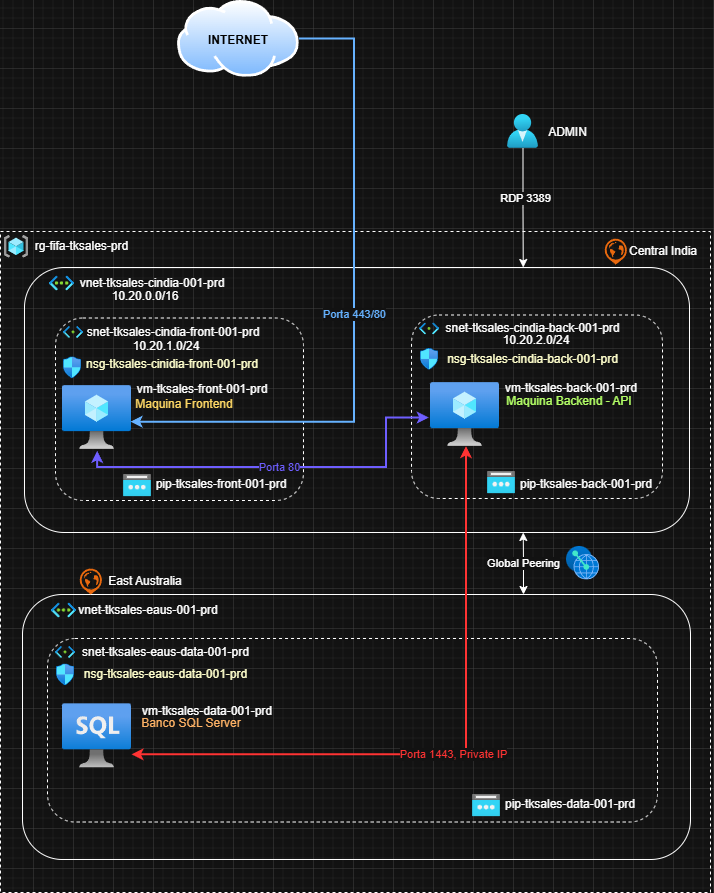
Passos-Gabriel/Copa-Azure-TFTEC-2026 keeps this draw.io diagram as Arquitetura Projeto/Arquitetura Copa do Mundo Azure TFTEC 2026.drawio.png. Above is the earlier version. Source tidied: cells renumbered, new cells last; positions are measured from the earlier drawing's top-left corner, leaving out a move shared by most shapes.
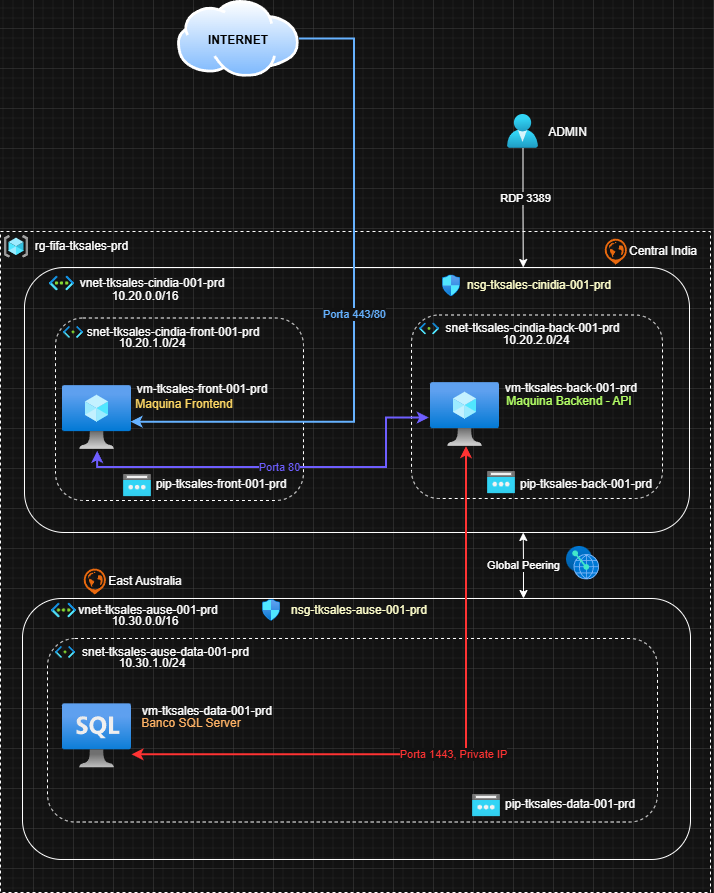
The same file after the commit.

Change to the diagram source:
```diff
@@ -53,18 +53,6 @@
     <mxCell id="18" value="&lt;font style=&quot;&quot;&gt;Maquina Backend - API&lt;/font&gt;" style="text;html=1;whiteSpace=wrap;strokeColor=none;fillColor=none;align=center;verticalAlign=middle;rounded=0;fontColor=light-dark(#000000,#B3FF66);" parent="1" vertex="1">
       <mxGeometry x="497" y="395" width="144" height="11" as="geometry" />
     </mxCell>
-    <mxCell id="19" style="image;html=1;align=center;fontSize=12;image=img/lib/azure2/networking/Network_Security_Groups.svg;" parent="1" vertex="1">
-      <mxGeometry x="63" y="356.4" width="18" height="21.9" as="geometry" />
-    </mxCell>
-    <mxCell id="20" value="nsg-tksales-cinidia-front-001-prd" style="text;html=1;whiteSpace=wrap;strokeColor=none;fillColor=none;align=center;verticalAlign=middle;rounded=0;fontColor=light-dark(#000000,#FFFFCC);" parent="1" vertex="1">
-      <mxGeometry x="82" y="358.8" width="180" height="11" as="geometry" />
-    </mxCell>
-    <mxCell id="21" value="nsg-tksales-cindia-back-001-prd" style="text;html=1;whiteSpace=wrap;strokeColor=none;fillColor=none;align=center;verticalAlign=middle;rounded=0;fontColor=light-dark(#000000,#FFFFCC);" parent="1" vertex="1">
-      <mxGeometry x="442" y="353.4" width="181" height="11" as="geometry" />
-    </mxCell>
-    <mxCell id="22" style="image;html=1;align=center;fontSize=12;image=img/lib/azure2/networking/Network_Security_Groups.svg;" parent="1" vertex="1">
-      <mxGeometry x="420" y="348" width="18" height="21.9" as="geometry" />
-    </mxCell>
     <mxCell id="23" style="image;perimeter=ellipsePerimeter;html=1;align=center;shadow=0;dashed=0;spacingTop=3;image=img/lib/active_directory/internet_cloud.svg;" parent="1" vertex="1">
       <mxGeometry x="177" width="121.9" height="76.8" as="geometry" />
     </mxCell>
@@ -107,9 +95,9 @@
       <mxGeometry relative="1" as="geometry" />
     </mxCell>
     <mxCell id="33" style="rounded=1;whiteSpace=wrap;html=1;fillColor=none;" parent="1" vertex="1">
-      <mxGeometry x="22" y="594" width="668" height="265" as="geometry" />
+      <mxGeometry x="22" y="598" width="668" height="261" as="geometry" />
     </mxCell>
-    <mxCell id="34" value="vnet-tksales-eaus-001-prd" style="text;html=1;whiteSpace=wrap;strokeColor=none;fillColor=none;align=center;verticalAlign=middle;rounded=0;" parent="1" vertex="1">
+    <mxCell id="34" value="vnet-tksales-ause-001-prd" style="text;html=1;whiteSpace=wrap;strokeColor=none;fillColor=none;align=center;verticalAlign=middle;rounded=0;" parent="1" vertex="1">
       <mxGeometry x="73" y="604.5" width="150" height="11" as="geometry" />
     </mxCell>
     <mxCell id="35" style="image;html=1;align=center;fontSize=12;image=img/lib/azure2/networking/Virtual_Networks.svg;" parent="1" vertex="1">
@@ -121,7 +109,7 @@
     <mxCell id="37" style="image;html=1;align=center;fontSize=12;image=img/lib/azure2/networking/Subnet.svg;" parent="1" vertex="1">
       <mxGeometry x="55" y="646" width="20" height="12" as="geometry" />
     </mxCell>
-    <mxCell id="38" value="snet-tksales-eaus-data-001-prd" style="text;html=1;whiteSpace=wrap;strokeColor=none;fillColor=none;align=center;verticalAlign=middle;rounded=0;" parent="1" vertex="1">
+    <mxCell id="38" value="snet-tksales-ause-data-001-prd" style="text;html=1;whiteSpace=wrap;strokeColor=none;fillColor=none;align=center;verticalAlign=middle;rounded=0;" parent="1" vertex="1">
       <mxGeometry x="78" y="646" width="175" height="11" as="geometry" />
     </mxCell>
     <mxCell id="39" value="vm-tksales-data-001-prd" style="text;html=1;whiteSpace=wrap;strokeColor=none;fillColor=none;align=center;verticalAlign=middle;rounded=0;" parent="1" vertex="1">
@@ -130,12 +118,6 @@
     <mxCell id="40" value="&lt;font style=&quot;&quot;&gt;Banco SQL Server&lt;/font&gt;" style="text;html=1;whiteSpace=wrap;strokeColor=none;fillColor=none;align=center;verticalAlign=middle;rounded=0;fontColor=light-dark(#000000,#FFB366);" parent="1" vertex="1">
       <mxGeometry x="118.9" y="718" width="144" height="11" as="geometry" />
     </mxCell>
-    <mxCell id="41" value="nsg-tksales-eaus-data-001-prd" style="text;html=1;whiteSpace=wrap;strokeColor=none;fillColor=none;align=center;verticalAlign=middle;rounded=0;fontColor=light-dark(#000000,#FFFFCC);" parent="1" vertex="1">
-      <mxGeometry x="78" y="668.9" width="175" height="11" as="geometry" />
-    </mxCell>
-    <mxCell id="42" style="image;html=1;align=center;fontSize=12;image=img/lib/azure2/networking/Network_Security_Groups.svg;" parent="1" vertex="1">
-      <mxGeometry x="56" y="663.5" width="18" height="21.9" as="geometry" />
-    </mxCell>
     <mxCell id="43" style="image;html=1;align=center;fontSize=12;image=img/lib/azure2/networking/Public_IP_Addresses.svg;" parent="1" vertex="1">
       <mxGeometry x="472" y="794" width="28" height="22.4" as="geometry" />
     </mxCell>
@@ -174,7 +156,7 @@
       <mxGeometry x="613" y="248.1" width="100" height="5.2" as="geometry" />
     </mxCell>
     <mxCell id="54" style="html=1;align=center;shadow=0;dashed=0;fillColor=#FF6A00;strokeColor=none;shape=mxgraph.alibaba_cloud.region;" parent="1" vertex="1">
-      <mxGeometry x="78" y="567.2" width="23.4" height="26.8" as="geometry" />
+      <mxGeometry x="82" y="567.2" width="23.4" height="26.8" as="geometry" />
     </mxCell>
     <mxCell id="55" value="East Australia" style="text;html=1;whiteSpace=wrap;strokeColor=none;fillColor=none;align=center;verticalAlign=middle;rounded=0;" parent="1" vertex="1">
       <mxGeometry x="95" y="578" width="100" height="5.2" as="geometry" />
@@ -183,10 +165,28 @@
       <mxGeometry x="69" y="290.5" width="152" height="11" as="geometry" />
     </mxCell>
     <mxCell id="57" value="10.20.1.0/24" style="text;html=1;whiteSpace=wrap;strokeColor=none;fillColor=none;align=center;verticalAlign=middle;rounded=0;" parent="1" vertex="1">
-      <mxGeometry x="109.5" y="340" width="112" height="11" as="geometry" />
+      <mxGeometry x="96" y="338" width="112" height="11" as="geometry" />
     </mxCell>
     <mxCell id="58" value="10.20.2.0/24" style="text;html=1;whiteSpace=wrap;strokeColor=none;fillColor=none;align=center;verticalAlign=middle;rounded=0;" parent="1" vertex="1">
       <mxGeometry x="480.5" y="334.5" width="112" height="11" as="geometry" />
     </mxCell>
+    <mxCell id="59" style="image;html=1;align=center;fontSize=12;image=img/lib/azure2/networking/Network_Security_Groups.svg;" parent="1" vertex="1">
+      <mxGeometry x="442" y="274.5" width="18" height="21.9" as="geometry" />
+    </mxCell>
+    <mxCell id="60" value="nsg-tksales-cinidia-001-prd" style="text;html=1;whiteSpace=wrap;strokeColor=none;fillColor=none;align=center;verticalAlign=middle;rounded=0;fontColor=light-dark(#000000,#FFFFCC);" parent="1" vertex="1">
+      <mxGeometry x="449" y="279.9" width="180" height="11" as="geometry" />
+    </mxCell>
+    <mxCell id="61" style="image;html=1;align=center;fontSize=12;image=img/lib/azure2/networking/Network_Security_Groups.svg;" parent="1" vertex="1">
+      <mxGeometry x="262" y="599.1" width="18" height="21.9" as="geometry" />
+    </mxCell>
+    <mxCell id="62" value="nsg-tksales-ause-001-prd" style="text;html=1;whiteSpace=wrap;strokeColor=none;fillColor=none;align=center;verticalAlign=middle;rounded=0;fontColor=light-dark(#000000,#FFFFCC);" parent="1" vertex="1">
+      <mxGeometry x="269" y="604.5" width="180" height="11" as="geometry" />
+    </mxCell>
+    <mxCell id="63" value="10.30.1.0/24" style="text;html=1;whiteSpace=wrap;strokeColor=none;fillColor=none;align=center;verticalAlign=middle;rounded=0;" parent="1" vertex="1">
+      <mxGeometry x="96" y="658" width="112" height="11" as="geometry" />
+    </mxCell>
+    <mxCell id="64" value="10.30.0.0/16" style="text;html=1;whiteSpace=wrap;strokeColor=none;fillColor=none;align=center;verticalAlign=middle;rounded=0;" parent="1" vertex="1">
+      <mxGeometry x="89" y="615.5" width="112" height="11" as="geometry" />
+    </mxCell>
   </root>
 </mxGraphModel>
```
